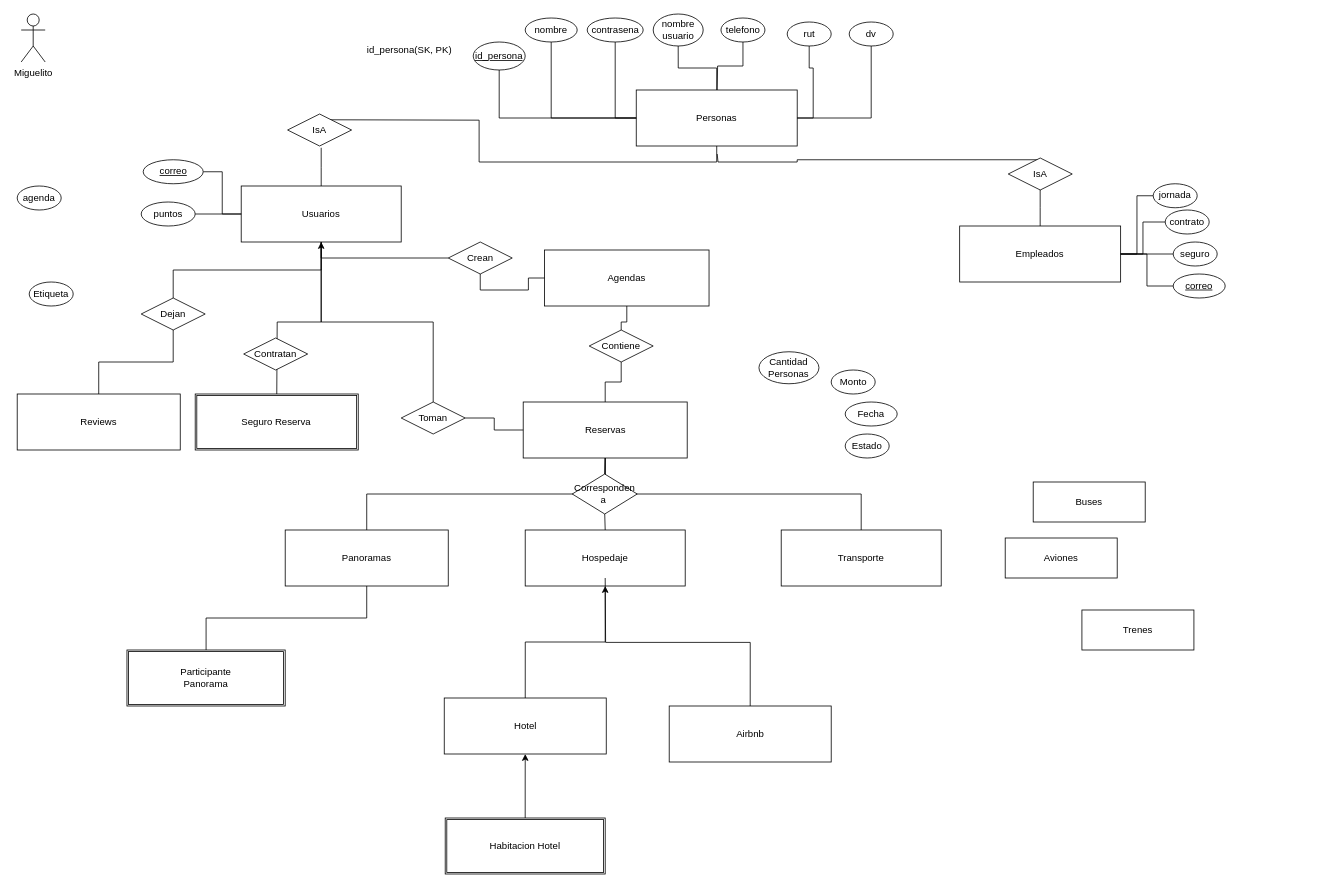
fblazco/bdd_personal keeps this draw.io diagram as Diagrama sin título.drawio. Above is the earlier version. Source tidied: cells renumbered, new cells numbered last; positions are measured from the earlier drawing's top-left corner, leaving out a move shared by most shapes. Both pictures are drawn from the tidied source at 80%, with x=0, y=0 at pixel (17, 14).
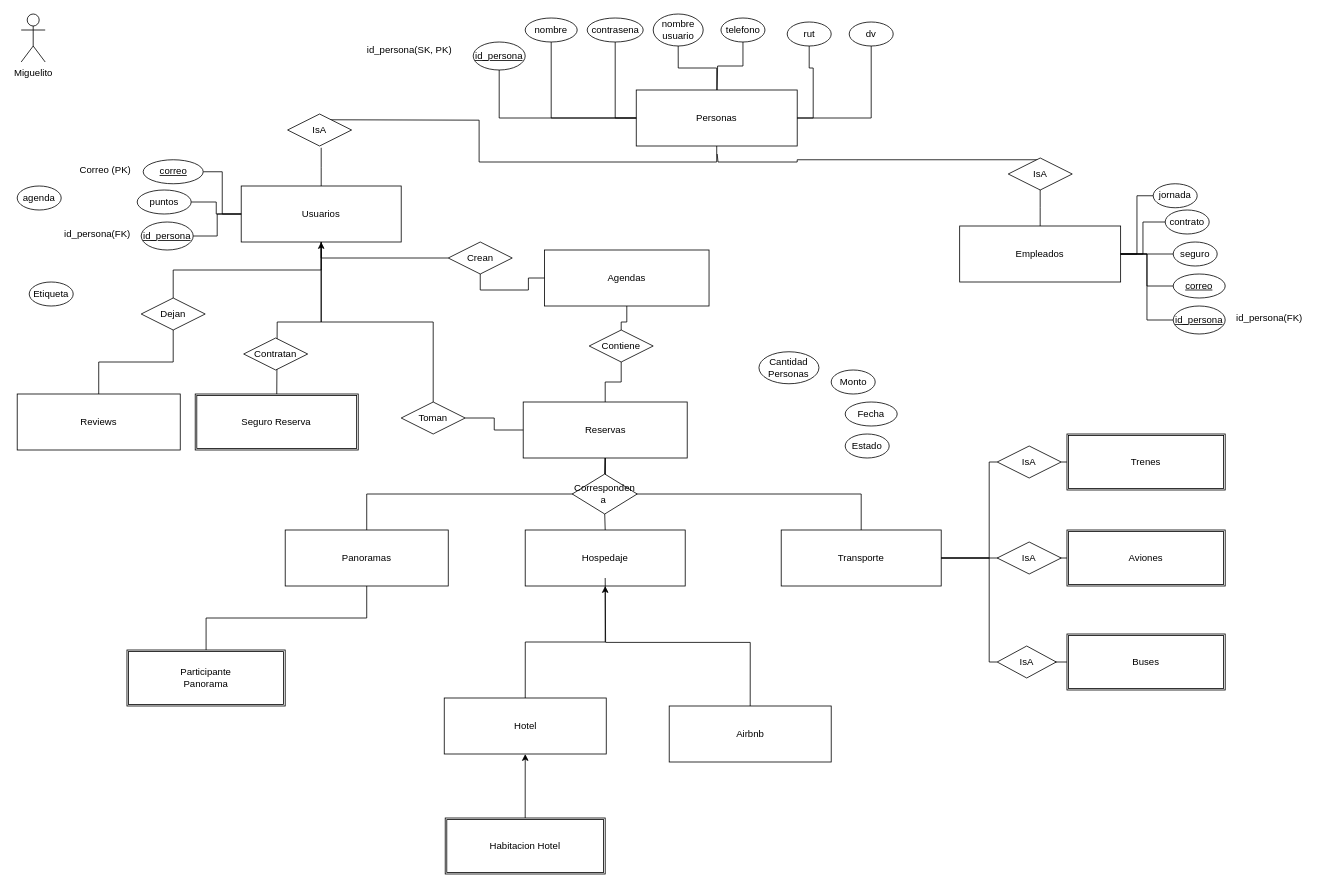
Above is the later version.

The change refers to these unchanged cells:
```xml
<mxCell id="5" value="Usuarios" style="rounded=0;whiteSpace=wrap;html=1;" parent="1" vertex="1">
  <mxGeometry x="280" y="215" width="200" height="70" as="geometry" />
</mxCell>
<mxCell id="19" value="Transporte" style="rounded=0;whiteSpace=wrap;html=1;" parent="1" vertex="1">
  <mxGeometry x="955" y="645" width="200" height="70" as="geometry" />
</mxCell>
<mxCell id="45" value="Empleados" style="rounded=0;whiteSpace=wrap;html=1;" parent="1" vertex="1">
  <mxGeometry x="1178.1" y="265" width="201.2" height="70" as="geometry" />
</mxCell>
```

What changed in the source:
```diff
@@
+    <mxCell id="84" style="edgeStyle=orthogonalEdgeStyle;rounded=0;jettySize=auto;html=1;exitX=1;exitY=0.5;exitDx=0;exitDy=0;entryX=0;entryY=0.5;entryDx=0;entryDy=0;endArrow=none;startFill=0;" parent="1" edge="1" source="95" target="22">
+      <mxGeometry relative="1" as="geometry" />
+    </mxCell>
@@
-    <mxCell id="22" value="Trenes" style="rounded=0;whiteSpace=wrap;html=1;" parent="1" vertex="1">
-      <mxGeometry x="1330.9" y="745" width="140" height="50" as="geometry" />
-    </mxCell>
-    <mxCell id="23" value="Buses" style="rounded=0;whiteSpace=wrap;html=1;" parent="1" vertex="1">
-      <mxGeometry x="1270" y="585" width="140" height="50" as="geometry" />
-    </mxCell>
-    <mxCell id="24" style="edgeStyle=orthogonalEdgeStyle;rounded=0;orthogonalLoop=1;jettySize=auto;html=1;exitX=0.5;exitY=1;exitDx=0;exitDy=0;" parent="1" edge="1" source="23" target="23">
-      <mxGeometry relative="1" as="geometry" />
+    <mxCell id="24" style="edgeStyle=orthogonalEdgeStyle;rounded=0;orthogonalLoop=1;jettySize=auto;html=1;exitX=0.5;exitY=1;exitDx=0;exitDy=0;" parent="1" edge="1">
+      <mxGeometry relative="1" as="geometry">
+        <mxPoint x="1349.3" y="575" as="sourcePoint" />
+        <mxPoint x="1349.3" y="575" as="targetPoint" />
+      </mxGeometry>
     </mxCell>
-    <mxCell id="25" value="Aviones" style="rounded=0;whiteSpace=wrap;html=1;" parent="1" vertex="1">
-      <mxGeometry x="1235" y="655" width="140" height="50" as="geometry" />
-    </mxCell>
@@
     <mxCell id="55" value="puntos" style="ellipse;whiteSpace=wrap;html=1;" parent="1" vertex="1">
-      <mxGeometry x="155" y="235" width="67.5" height="30" as="geometry" />
+      <mxGeometry x="150" y="220" width="67.5" height="30" as="geometry" />
     </mxCell>
@@
+    <mxCell id="85" style="edgeStyle=orthogonalEdgeStyle;rounded=0;jettySize=auto;html=1;exitX=0;exitY=0.5;exitDx=0;exitDy=0;entryX=1;entryY=0.5;entryDx=0;entryDy=0;endArrow=none;startFill=0;" parent="1" edge="1" source="98" target="19">
+      <mxGeometry relative="1" as="geometry">
+        <Array as="points">
+          <mxPoint x="1215" y="810" />
+          <mxPoint x="1215" y="680" />
+        </Array>
+      </mxGeometry>
+    </mxCell>
+    <mxCell id="23" value="Buses" style="shape=ext;double=1;rounded=0;whiteSpace=wrap;html=1;" parent="1" vertex="1">
+      <mxGeometry x="1312.2" y="775" width="197.8" height="70" as="geometry" />
+    </mxCell>
+    <mxCell id="86" style="edgeStyle=orthogonalEdgeStyle;rounded=0;jettySize=auto;html=1;exitX=0;exitY=0.5;exitDx=0;exitDy=0;entryX=1;entryY=0.5;entryDx=0;entryDy=0;endArrow=none;startFill=0;" parent="1" edge="1" source="25" target="19">
+      <mxGeometry relative="1" as="geometry" />
+    </mxCell>
+    <mxCell id="25" value="Aviones" style="shape=ext;double=1;rounded=0;whiteSpace=wrap;html=1;" parent="1" vertex="1">
+      <mxGeometry x="1312.2" y="645" width="197.8" height="70" as="geometry" />
+    </mxCell>
+    <mxCell id="22" value="Trenes" style="shape=ext;double=1;rounded=0;whiteSpace=wrap;html=1;" parent="1" vertex="1">
+      <mxGeometry x="1312.2" y="525" width="197.8" height="70" as="geometry" />
+    </mxCell>
+    <mxCell id="87" value="Correo (PK)" style="text;html=1;align=center;verticalAlign=middle;strokeColor=none;fillColor=none;" parent="1" vertex="1">
+      <mxGeometry x="65" y="180" width="90" height="30" as="geometry" />
+    </mxCell>
+    <mxCell id="88" style="edgeStyle=orthogonalEdgeStyle;rounded=0;jettySize=auto;html=1;exitX=1;exitY=0.5;exitDx=0;exitDy=0;entryX=0;entryY=0.5;entryDx=0;entryDy=0;endArrow=none;startFill=0;" parent="1" edge="1" source="89" target="5">
+      <mxGeometry relative="1" as="geometry" />
+    </mxCell>
+    <mxCell id="89" value="&lt;u&gt;id_persona&lt;/u&gt;" style="ellipse;whiteSpace=wrap;html=1;" parent="1" vertex="1">
+      <mxGeometry x="155" y="260" width="65" height="35" as="geometry" />
+    </mxCell>
+    <mxCell id="90" value="id_persona(FK)" style="text;html=1;align=center;verticalAlign=middle;strokeColor=none;fillColor=none;" parent="1" vertex="1">
+      <mxGeometry x="45" y="260" width="110" height="30" as="geometry" />
+    </mxCell>
+    <mxCell id="91" style="edgeStyle=orthogonalEdgeStyle;rounded=0;jettySize=auto;html=1;exitX=0;exitY=0.5;exitDx=0;exitDy=0;entryX=1;entryY=0.5;entryDx=0;entryDy=0;endArrow=none;startFill=0;" parent="1" edge="1" source="92" target="45">
+      <mxGeometry relative="1" as="geometry" />
+    </mxCell>
+    <mxCell id="92" value="&lt;u&gt;id_persona&lt;/u&gt;" style="ellipse;whiteSpace=wrap;html=1;" parent="1" vertex="1">
+      <mxGeometry x="1445" y="365" width="65" height="35" as="geometry" />
+    </mxCell>
+    <mxCell id="93" value="id_persona(FK)" style="text;html=1;align=center;verticalAlign=middle;strokeColor=none;fillColor=none;" parent="1" vertex="1">
+      <mxGeometry x="1510" y="365" width="110" height="30" as="geometry" />
+    </mxCell>
+    <mxCell id="94" style="edgeStyle=orthogonalEdgeStyle;rounded=0;jettySize=auto;html=1;exitX=1;exitY=0.5;exitDx=0;exitDy=0;entryX=0;entryY=0.5;entryDx=0;entryDy=0;endArrow=none;startFill=0;" parent="1" edge="1" source="19" target="95">
+      <mxGeometry relative="1" as="geometry">
+        <Array as="points">
+          <mxPoint x="1215" y="680" />
+          <mxPoint x="1215" y="560" />
+        </Array>
+      </mxGeometry>
+    </mxCell>
+    <mxCell id="95" value="IsA" style="rhombus;whiteSpace=wrap;html=1;" parent="1" vertex="1">
+      <mxGeometry x="1225" y="540" width="80" height="40" as="geometry" />
+    </mxCell>
+    <mxCell id="96" value="IsA" style="rhombus;whiteSpace=wrap;html=1;" parent="1" vertex="1">
+      <mxGeometry x="1225" y="660" width="80" height="40" as="geometry" />
+    </mxCell>
+    <mxCell id="97" style="edgeStyle=orthogonalEdgeStyle;rounded=0;jettySize=auto;html=1;exitX=0;exitY=0.5;exitDx=0;exitDy=0;entryX=1;entryY=0.5;entryDx=0;entryDy=0;endArrow=none;startFill=0;" parent="1" edge="1" source="23" target="98">
+      <mxGeometry relative="1" as="geometry">
+        <Array as="points">
+          <mxPoint x="1235" y="810" />
+          <mxPoint x="1235" y="810" />
+        </Array>
+      </mxGeometry>
+    </mxCell>
+    <mxCell id="98" value="IsA" style="rhombus;whiteSpace=wrap;html=1;" parent="1" vertex="1">
+      <mxGeometry x="1225" y="790" width="73.8" height="40" as="geometry" />
+    </mxCell>
```
